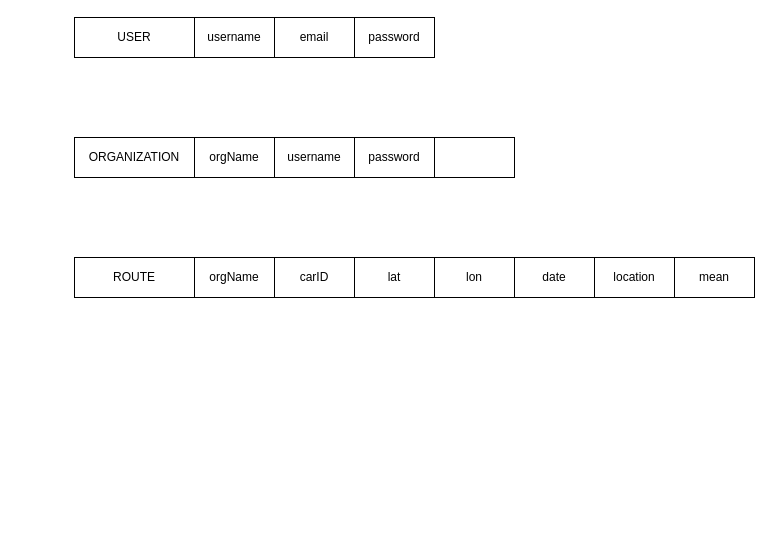
The draw.io diagram RELATIONAL_SCHEMA.drawio in zorojuro75/CSE303-sec-03-Group-03, before the edit. Source tidied: cells renumbered, new cells numbered last; positions are measured from the earlier drawing's top-left corner, leaving out a move shared by most shapes. Both pictures are drawn from the tidied source at 100%, with x=0, y=0 at pixel (74, 17).
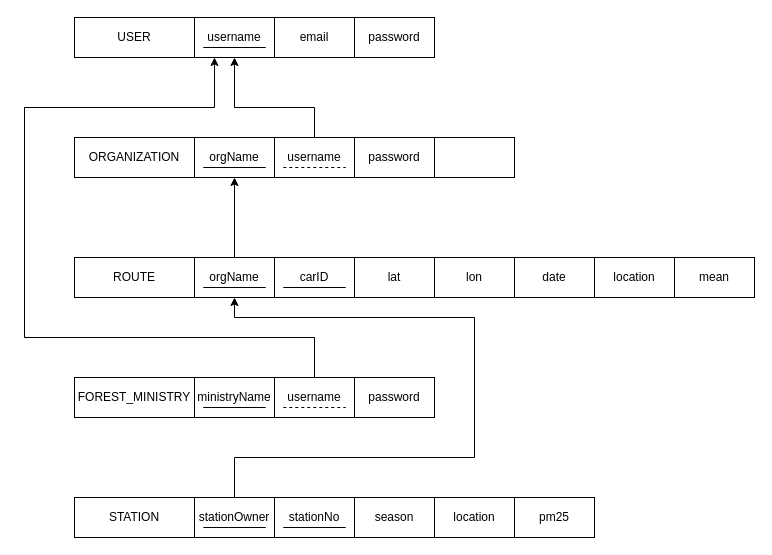
Above is the later version.

The change refers to these unchanged cells:
```xml
<mxCell id="4" value="username" style="rounded=0;whiteSpace=wrap;html=1;" parent="1" vertex="1">
  <mxGeometry x="120" width="80" height="40" as="geometry" />
</mxCell>
<mxCell id="9" value="orgName" style="rounded=0;whiteSpace=wrap;html=1;" parent="1" vertex="1">
  <mxGeometry x="120" y="120" width="80" height="40" as="geometry" />
</mxCell>
<mxCell id="10" value="username" style="rounded=0;whiteSpace=wrap;html=1;" parent="1" vertex="1">
  <mxGeometry x="200" y="120" width="80" height="40" as="geometry" />
</mxCell>
<mxCell id="14" value="orgName" style="rounded=0;whiteSpace=wrap;html=1;" parent="1" vertex="1">
  <mxGeometry x="120" y="240" width="80" height="40" as="geometry" />
</mxCell>
```

Diff of the diagram source:
```diff
@@
+    <mxCell id="21" style="edgeStyle=orthogonalEdgeStyle;rounded=0;jettySize=auto;html=1;exitX=0.5;exitY=0;exitDx=0;exitDy=0;entryX=0.5;entryY=1;entryDx=0;entryDy=0;" parent="1" edge="1" source="10" target="4">
+      <mxGeometry relative="1" as="geometry">
+        <Array as="points">
+          <mxPoint x="240" y="90" />
+          <mxPoint x="160" y="90" />
+        </Array>
+      </mxGeometry>
+    </mxCell>
@@
+    <mxCell id="22" style="edgeStyle=orthogonalEdgeStyle;rounded=0;jettySize=auto;html=1;exitX=0.5;exitY=0;exitDx=0;exitDy=0;entryX=0.5;entryY=1;entryDx=0;entryDy=0;" parent="1" edge="1" source="14" target="9">
+      <mxGeometry relative="1" as="geometry" />
+    </mxCell>
@@
+    <mxCell id="23" style="rounded=0;whiteSpace=wrap;html=1;" parent="1" vertex="1">
+      <mxGeometry y="360" width="360" height="40" as="geometry" />
+    </mxCell>
+    <mxCell id="24" value="FOREST_MINISTRY" style="rounded=0;whiteSpace=wrap;html=1;" parent="1" vertex="1">
+      <mxGeometry y="360" width="120" height="40" as="geometry" />
+    </mxCell>
+    <mxCell id="25" value="ministryName" style="rounded=0;whiteSpace=wrap;html=1;" parent="1" vertex="1">
+      <mxGeometry x="120" y="360" width="80" height="40" as="geometry" />
+    </mxCell>
+    <mxCell id="26" style="edgeStyle=orthogonalEdgeStyle;rounded=0;jettySize=auto;html=1;exitX=0.5;exitY=0;exitDx=0;exitDy=0;entryX=0.25;entryY=1;entryDx=0;entryDy=0;" parent="1" edge="1" source="27" target="4">
+      <mxGeometry relative="1" as="geometry">
+        <Array as="points">
+          <mxPoint x="240" y="320" />
+          <mxPoint x="-50" y="320" />
+          <mxPoint x="-50" y="90" />
+          <mxPoint x="140" y="90" />
+        </Array>
+      </mxGeometry>
+    </mxCell>
+    <mxCell id="27" value="username" style="rounded=0;whiteSpace=wrap;html=1;" parent="1" vertex="1">
+      <mxGeometry x="200" y="360" width="80" height="40" as="geometry" />
+    </mxCell>
+    <mxCell id="28" value="password" style="rounded=0;whiteSpace=wrap;html=1;" parent="1" vertex="1">
+      <mxGeometry x="280" y="360" width="80" height="40" as="geometry" />
+    </mxCell>
+    <mxCell id="29" style="rounded=0;whiteSpace=wrap;html=1;" parent="1" vertex="1">
+      <mxGeometry y="480" width="520" height="40" as="geometry" />
+    </mxCell>
+    <mxCell id="30" value="STATION" style="rounded=0;whiteSpace=wrap;html=1;" parent="1" vertex="1">
+      <mxGeometry y="480" width="120" height="40" as="geometry" />
+    </mxCell>
+    <mxCell id="31" style="edgeStyle=orthogonalEdgeStyle;rounded=0;jettySize=auto;html=1;exitX=0.5;exitY=0;exitDx=0;exitDy=0;entryX=0.5;entryY=1;entryDx=0;entryDy=0;" parent="1" edge="1" source="32" target="14">
+      <mxGeometry relative="1" as="geometry">
+        <Array as="points">
+          <mxPoint x="160" y="440" />
+          <mxPoint x="400" y="440" />
+          <mxPoint x="400" y="300" />
+          <mxPoint x="160" y="300" />
+        </Array>
+      </mxGeometry>
+    </mxCell>
+    <mxCell id="32" value="stationOwner" style="rounded=0;whiteSpace=wrap;html=1;" parent="1" vertex="1">
+      <mxGeometry x="120" y="480" width="80" height="40" as="geometry" />
+    </mxCell>
+    <mxCell id="33" value="stationNo" style="rounded=0;whiteSpace=wrap;html=1;" parent="1" vertex="1">
+      <mxGeometry x="200" y="480" width="80" height="40" as="geometry" />
+    </mxCell>
+    <mxCell id="34" value="season" style="rounded=0;whiteSpace=wrap;html=1;" parent="1" vertex="1">
+      <mxGeometry x="280" y="480" width="80" height="40" as="geometry" />
+    </mxCell>
+    <mxCell id="35" value="location" style="rounded=0;whiteSpace=wrap;html=1;" parent="1" vertex="1">
+      <mxGeometry x="360" y="480" width="80" height="40" as="geometry" />
+    </mxCell>
+    <mxCell id="36" value="pm25" style="rounded=0;whiteSpace=wrap;html=1;" parent="1" vertex="1">
+      <mxGeometry x="440" y="480" width="80" height="40" as="geometry" />
+    </mxCell>
+    <mxCell id="37" style="endArrow=none;html=1;rounded=0;" parent="1" edge="1">
+      <mxGeometry relative="1" as="geometry">
+        <mxPoint x="128.8" y="30" as="sourcePoint" />
+        <mxPoint x="191.2" y="30" as="targetPoint" />
+      </mxGeometry>
+    </mxCell>
+    <mxCell id="38" style="endArrow=none;html=1;rounded=0;" parent="1" edge="1">
+      <mxGeometry relative="1" as="geometry">
+        <mxPoint x="128.8" y="150" as="sourcePoint" />
+        <mxPoint x="191.2" y="150" as="targetPoint" />
+      </mxGeometry>
+    </mxCell>
+    <mxCell id="39" style="endArrow=none;html=1;rounded=0;" parent="1" edge="1">
+      <mxGeometry relative="1" as="geometry">
+        <mxPoint x="128.8" y="270" as="sourcePoint" />
+        <mxPoint x="191.2" y="270" as="targetPoint" />
+      </mxGeometry>
+    </mxCell>
+    <mxCell id="40" style="endArrow=none;html=1;rounded=0;" parent="1" edge="1">
+      <mxGeometry relative="1" as="geometry">
+        <mxPoint x="208.8" y="270" as="sourcePoint" />
+        <mxPoint x="271.2" y="270" as="targetPoint" />
+      </mxGeometry>
+    </mxCell>
+    <mxCell id="41" style="endArrow=none;html=1;rounded=0;" parent="1" edge="1">
+      <mxGeometry relative="1" as="geometry">
+        <mxPoint x="128.8" y="390" as="sourcePoint" />
+        <mxPoint x="191.2" y="390" as="targetPoint" />
+      </mxGeometry>
+    </mxCell>
+    <mxCell id="42" style="endArrow=none;html=1;rounded=0;" parent="1" edge="1">
+      <mxGeometry relative="1" as="geometry">
+        <mxPoint x="128.8" y="510" as="sourcePoint" />
+        <mxPoint x="191.2" y="510" as="targetPoint" />
+      </mxGeometry>
+    </mxCell>
+    <mxCell id="43" style="endArrow=none;html=1;rounded=0;" parent="1" edge="1">
+      <mxGeometry relative="1" as="geometry">
+        <mxPoint x="208.8" y="510" as="sourcePoint" />
+        <mxPoint x="271.2" y="510" as="targetPoint" />
+      </mxGeometry>
+    </mxCell>
+    <mxCell id="44" style="endArrow=none;html=1;rounded=0;dashed=1;" parent="1" edge="1">
+      <mxGeometry relative="1" as="geometry">
+        <mxPoint x="208.8" y="150" as="sourcePoint" />
+        <mxPoint x="271.2" y="150" as="targetPoint" />
+      </mxGeometry>
+    </mxCell>
+    <mxCell id="45" style="endArrow=none;html=1;rounded=0;dashed=1;" parent="1" edge="1">
+      <mxGeometry relative="1" as="geometry">
+        <mxPoint x="208.8" y="390" as="sourcePoint" />
+        <mxPoint x="271.2" y="390" as="targetPoint" />
+      </mxGeometry>
+    </mxCell>
```
